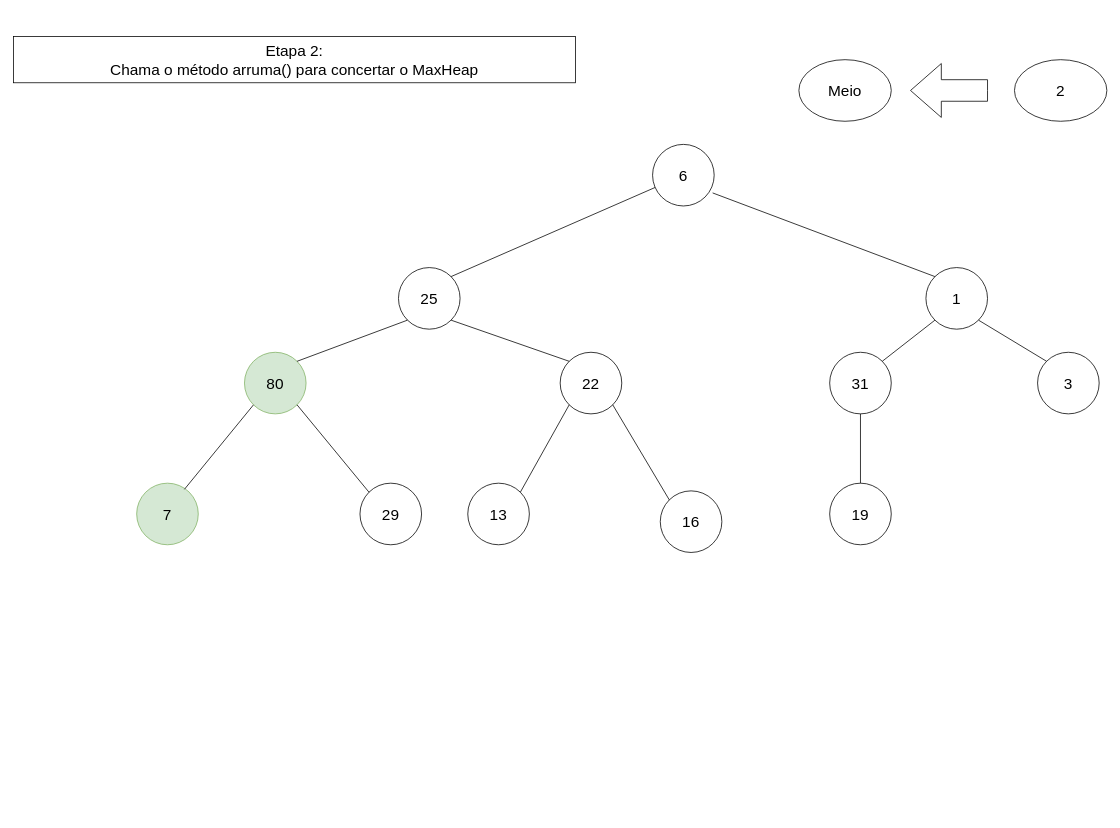
This is page "Etapa 8" (9 of 21) of Diagrama_Heap.drawio from Xang0/Diagramas-de-Estruturas-de-Dado, a draw.io file, before an edit. Source tidied: cells renumbered, new cells numbered last; positions are measured from the earlier drawing's top-left corner, leaving out a move shared by most shapes. Both pictures are drawn from the tidied source at 77%, with x=0, y=0 at pixel (13, 36).
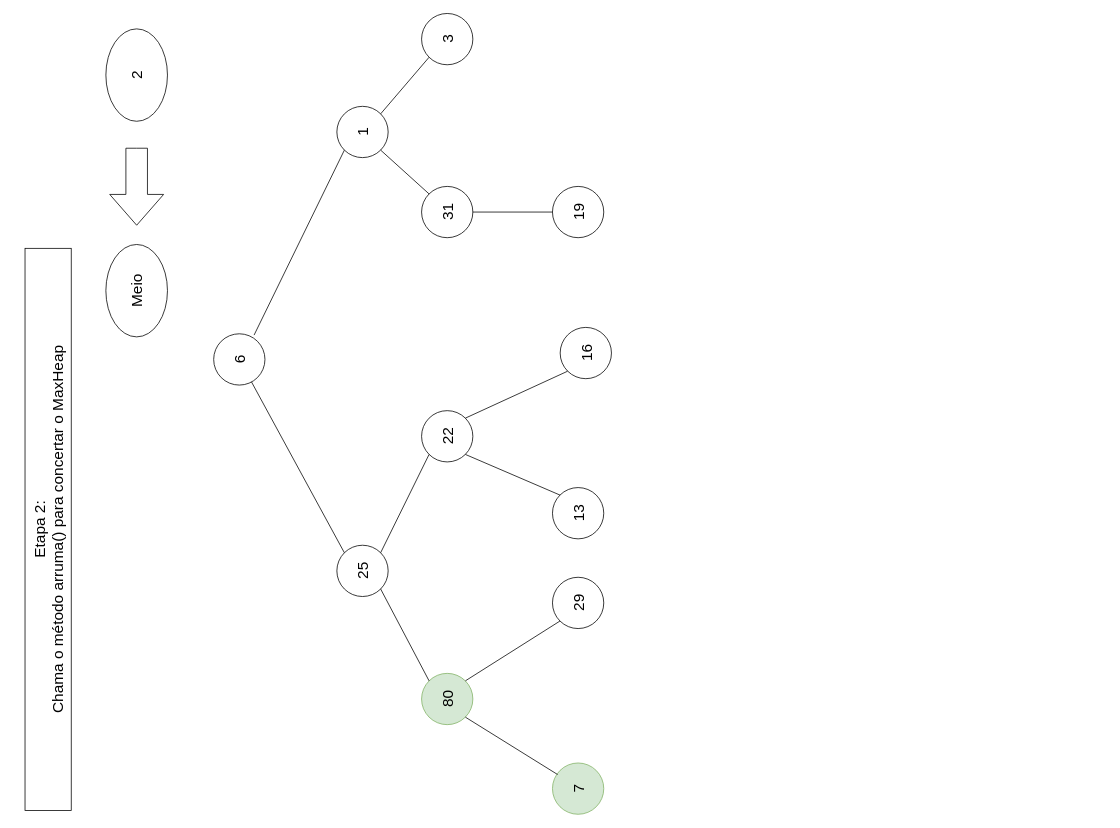
After the change.

The edit, as a diff of the source:
```diff
@@
+    <mxCell id="25" value="&lt;font style=&quot;font-size: 20px;&quot;&gt;Etapa 2:&lt;br&gt;Chama o método arruma() para concertar o MaxHeap&lt;br&gt;&lt;/font&gt;" style="rounded=0;whiteSpace=wrap;html=1;rotation=-90;" parent="1" vertex="1">
+      <mxGeometry x="-320" y="610" width="730" height="60" as="geometry" />
+    </mxCell>
+    <mxCell id="26" value="&lt;font style=&quot;font-size: 20px;&quot;&gt;Meio&lt;/font&gt;" style="ellipse;whiteSpace=wrap;html=1;rotation=-90;" parent="1" vertex="1">
+      <mxGeometry x="100" y="290" width="120" height="80" as="geometry" />
+    </mxCell>
+    <mxCell id="27" style="html=1;shadow=0;dashed=0;align=center;verticalAlign=middle;shape=mxgraph.arrows2.arrow;dy=0.6;dx=40;flipH=1;notch=0;rotation=-90;" parent="1" vertex="1">
+      <mxGeometry x="110" y="160" width="100" height="70" as="geometry" />
+    </mxCell>
+    <mxCell id="28" value="&lt;font style=&quot;font-size: 20px;&quot;&gt;2&lt;/font&gt;" style="ellipse;whiteSpace=wrap;html=1;rotation=-90;" parent="1" vertex="1">
+      <mxGeometry x="100" y="10" width="120" height="80" as="geometry" />
+    </mxCell>
+    <mxCell id="29" style="group;" parent="1" vertex="1">
+      <mxGeometry x="260" y="-30" width="530" height="1040" as="geometry" />
+    </mxCell>
-    <mxCell id="2" value="&lt;font style=&quot;font-size: 20px;&quot;&gt;6&lt;/font&gt;" style="ellipse;whiteSpace=wrap;html=1;" parent="1" vertex="1">
-      <mxGeometry x="830" y="140" width="80" height="80" as="geometry" />
+    <mxCell id="2" value="&lt;font style=&quot;font-size: 20px;&quot;&gt;6&lt;/font&gt;" style="ellipse;whiteSpace=wrap;html=1;rotation=-90;" parent="29" vertex="1">
+      <mxGeometry y="416" width="66.6" height="66.6" as="geometry" />
     </mxCell>
-    <mxCell id="3" value="&lt;font style=&quot;font-size: 20px;&quot;&gt;25&lt;/font&gt;" style="ellipse;whiteSpace=wrap;html=1;" parent="1" vertex="1">
-      <mxGeometry x="500" y="300" width="80" height="80" as="geometry" />
+    <mxCell id="3" value="&lt;font style=&quot;font-size: 20px;&quot;&gt;25&lt;/font&gt;" style="ellipse;whiteSpace=wrap;html=1;rotation=-90;" parent="29" vertex="1">
+      <mxGeometry x="160" y="690.6" width="66.6" height="66.6" as="geometry" />
     </mxCell>
-    <mxCell id="4" value="&lt;font style=&quot;font-size: 20px;&quot;&gt;1&lt;/font&gt;" style="ellipse;whiteSpace=wrap;html=1;" parent="1" vertex="1">
-      <mxGeometry x="1185" y="300" width="80" height="80" as="geometry" />
+    <mxCell id="4" value="&lt;font style=&quot;font-size: 20px;&quot;&gt;1&lt;/font&gt;" style="ellipse;whiteSpace=wrap;html=1;rotation=-90;" parent="29" vertex="1">
+      <mxGeometry x="160" y="120.6" width="66.6" height="66.6" as="geometry" />
     </mxCell>
-    <mxCell id="5" style="endArrow=none;html=1;rounded=0;exitX=1;exitY=0;exitDx=0;exitDy=0;" parent="1" edge="1" source="3" target="2">
+    <mxCell id="5" style="endArrow=none;html=1;rounded=0;exitX=1;exitY=0;exitDx=0;exitDy=0;" parent="29" edge="1" source="3" target="2">
       <mxGeometry relative="1" as="geometry" />
     </mxCell>
-    <mxCell id="6" style="endArrow=none;html=1;rounded=0;entryX=0.975;entryY=0.788;entryDx=0;entryDy=0;entryPerimeter=0;exitX=0;exitY=0;exitDx=0;exitDy=0;" parent="1" edge="1" source="4" target="2">
+    <mxCell id="6" style="endArrow=none;html=1;rounded=0;entryX=0.975;entryY=0.788;entryDx=0;entryDy=0;entryPerimeter=0;exitX=0;exitY=0;exitDx=0;exitDy=0;" parent="29" edge="1" source="4" target="2">
       <mxGeometry relative="1" as="geometry" />
     </mxCell>
-    <mxCell id="7" value="&lt;font style=&quot;font-size: 20px;&quot;&gt;80&lt;/font&gt;" style="ellipse;whiteSpace=wrap;html=1;fillColor=#d5e8d4;strokeColor=#82b366;" parent="1" vertex="1">
-      <mxGeometry x="300" y="410" width="80" height="80" as="geometry" />
+    <mxCell id="7" value="&lt;font style=&quot;font-size: 20px;&quot;&gt;80&lt;/font&gt;" style="ellipse;whiteSpace=wrap;html=1;fillColor=#d5e8d4;strokeColor=#82b366;rotation=-90;" parent="29" vertex="1">
+      <mxGeometry x="270" y="857" width="66.6" height="66.6" as="geometry" />
     </mxCell>
-    <mxCell id="8" value="&lt;font style=&quot;font-size: 20px;&quot;&gt;22&lt;/font&gt;" style="ellipse;whiteSpace=wrap;html=1;" parent="1" vertex="1">
-      <mxGeometry x="710" y="410" width="80" height="80" as="geometry" />
+    <mxCell id="8" value="&lt;font style=&quot;font-size: 20px;&quot;&gt;22&lt;/font&gt;" style="ellipse;whiteSpace=wrap;html=1;rotation=-90;" parent="29" vertex="1">
+      <mxGeometry x="270" y="515.8" width="66.6" height="66.6" as="geometry" />
     </mxCell>
-    <mxCell id="9" style="endArrow=none;html=1;rounded=0;entryX=0;entryY=1;entryDx=0;entryDy=0;exitX=1;exitY=0;exitDx=0;exitDy=0;" parent="1" edge="1" source="7" target="3">
+    <mxCell id="9" style="endArrow=none;html=1;rounded=0;entryX=0;entryY=1;entryDx=0;entryDy=0;exitX=1;exitY=0;exitDx=0;exitDy=0;" parent="29" edge="1" source="7" target="3">
       <mxGeometry relative="1" as="geometry" />
     </mxCell>
-    <mxCell id="10" style="endArrow=none;html=1;rounded=0;entryX=1;entryY=1;entryDx=0;entryDy=0;exitX=0;exitY=0;exitDx=0;exitDy=0;" parent="1" edge="1" source="8" target="3">
+    <mxCell id="10" style="endArrow=none;html=1;rounded=0;entryX=1;entryY=1;entryDx=0;entryDy=0;exitX=0;exitY=0;exitDx=0;exitDy=0;" parent="29" edge="1" source="8" target="3">
       <mxGeometry relative="1" as="geometry" />
     </mxCell>
-    <mxCell id="11" value="&lt;font style=&quot;font-size: 20px;&quot;&gt;16&lt;/font&gt;" style="ellipse;whiteSpace=wrap;html=1;" parent="1" vertex="1">
-      <mxGeometry x="840" y="590" width="80" height="80" as="geometry" />
+    <mxCell id="11" value="&lt;font style=&quot;font-size: 20px;&quot;&gt;16&lt;/font&gt;" style="ellipse;whiteSpace=wrap;html=1;rotation=-90;" parent="29" vertex="1">
+      <mxGeometry x="450" y="407.7" width="66.6" height="66.6" as="geometry" />
     </mxCell>
-    <mxCell id="12" value="&lt;font style=&quot;font-size: 20px;&quot;&gt;13&lt;/font&gt;" style="ellipse;whiteSpace=wrap;html=1;" parent="1" vertex="1">
-      <mxGeometry x="590" y="580" width="80" height="80" as="geometry" />
+    <mxCell id="12" value="&lt;font style=&quot;font-size: 20px;&quot;&gt;13&lt;/font&gt;" style="ellipse;whiteSpace=wrap;html=1;rotation=-90;" parent="29" vertex="1">
+      <mxGeometry x="440" y="615.7" width="66.6" height="66.6" as="geometry" />
     </mxCell>
-    <mxCell id="13" style="endArrow=none;html=1;rounded=0;entryX=1;entryY=1;entryDx=0;entryDy=0;exitX=0;exitY=0;exitDx=0;exitDy=0;" parent="1" edge="1" source="11" target="8">
+    <mxCell id="13" style="endArrow=none;html=1;rounded=0;entryX=1;entryY=1;entryDx=0;entryDy=0;exitX=0;exitY=0;exitDx=0;exitDy=0;" parent="29" edge="1" source="11" target="8">
       <mxGeometry relative="1" as="geometry" />
     </mxCell>
-    <mxCell id="14" style="endArrow=none;html=1;rounded=0;entryX=0;entryY=1;entryDx=0;entryDy=0;exitX=1;exitY=0;exitDx=0;exitDy=0;" parent="1" edge="1" source="12" target="8">
+    <mxCell id="14" style="endArrow=none;html=1;rounded=0;entryX=0;entryY=1;entryDx=0;entryDy=0;exitX=1;exitY=0;exitDx=0;exitDy=0;" parent="29" edge="1" source="12" target="8">
       <mxGeometry relative="1" as="geometry" />
     </mxCell>
-    <mxCell id="15" value="&lt;font style=&quot;font-size: 20px;&quot;&gt;29&lt;/font&gt;" style="ellipse;whiteSpace=wrap;html=1;" parent="1" vertex="1">
-      <mxGeometry x="450" y="580" width="80" height="80" as="geometry" />
+    <mxCell id="15" value="&lt;font style=&quot;font-size: 20px;&quot;&gt;29&lt;/font&gt;" style="ellipse;whiteSpace=wrap;html=1;rotation=-90;" parent="29" vertex="1">
+      <mxGeometry x="440" y="732.2" width="66.6" height="66.6" as="geometry" />
     </mxCell>
-    <mxCell id="16" value="&lt;font style=&quot;font-size: 20px;&quot;&gt;7&lt;/font&gt;" style="ellipse;whiteSpace=wrap;html=1;fillColor=#d5e8d4;strokeColor=#82b366;" parent="1" vertex="1">
-      <mxGeometry x="160" y="580" width="80" height="80" as="geometry" />
+    <mxCell id="16" value="&lt;font style=&quot;font-size: 20px;&quot;&gt;7&lt;/font&gt;" style="ellipse;whiteSpace=wrap;html=1;fillColor=#d5e8d4;strokeColor=#82b366;rotation=-90;" parent="29" vertex="1">
+      <mxGeometry x="440" y="973.4" width="66.6" height="66.6" as="geometry" />
     </mxCell>
-    <mxCell id="17" style="endArrow=none;html=1;rounded=0;entryX=1;entryY=1;entryDx=0;entryDy=0;exitX=0;exitY=0;exitDx=0;exitDy=0;" parent="1" edge="1" source="15" target="7">
+    <mxCell id="17" style="endArrow=none;html=1;rounded=0;entryX=1;entryY=1;entryDx=0;entryDy=0;exitX=0;exitY=0;exitDx=0;exitDy=0;" parent="29" edge="1" source="15" target="7">
       <mxGeometry relative="1" as="geometry" />
     </mxCell>
-    <mxCell id="18" style="endArrow=none;html=1;rounded=0;entryX=0;entryY=1;entryDx=0;entryDy=0;exitX=0.775;exitY=0.1;exitDx=0;exitDy=0;exitPerimeter=0;" parent="1" edge="1" source="16" target="7">
+    <mxCell id="18" style="endArrow=none;html=1;rounded=0;entryX=0;entryY=1;entryDx=0;entryDy=0;exitX=0.775;exitY=0.1;exitDx=0;exitDy=0;exitPerimeter=0;" parent="29" edge="1" source="16" target="7">
       <mxGeometry relative="1" as="geometry" />
     </mxCell>
-    <mxCell id="19" value="&lt;font style=&quot;font-size: 20px;&quot;&gt;31&lt;/font&gt;" style="ellipse;whiteSpace=wrap;html=1;" parent="1" vertex="1">
-      <mxGeometry x="1060" y="410" width="80" height="80" as="geometry" />
+    <mxCell id="19" value="&lt;font style=&quot;font-size: 20px;&quot;&gt;31&lt;/font&gt;" style="ellipse;whiteSpace=wrap;html=1;rotation=-90;" parent="29" vertex="1">
+      <mxGeometry x="270" y="224.6" width="66.6" height="66.6" as="geometry" />
     </mxCell>
-    <mxCell id="20" value="&lt;font style=&quot;font-size: 20px;&quot;&gt;3&lt;/font&gt;" style="ellipse;whiteSpace=wrap;html=1;" parent="1" vertex="1">
-      <mxGeometry x="1330" y="410" width="80" height="80" as="geometry" />
+    <mxCell id="20" value="&lt;font style=&quot;font-size: 20px;&quot;&gt;3&lt;/font&gt;" style="ellipse;whiteSpace=wrap;html=1;rotation=-90;" parent="29" vertex="1">
+      <mxGeometry x="270" width="66.6" height="66.6" as="geometry" />
     </mxCell>
-    <mxCell id="21" style="endArrow=none;html=1;rounded=0;entryX=0;entryY=1;entryDx=0;entryDy=0;exitX=1;exitY=0;exitDx=0;exitDy=0;" parent="1" edge="1" source="19" target="4">
+    <mxCell id="21" style="endArrow=none;html=1;rounded=0;entryX=0;entryY=1;entryDx=0;entryDy=0;exitX=1;exitY=0;exitDx=0;exitDy=0;" parent="29" edge="1" source="19" target="4">
       <mxGeometry relative="1" as="geometry" />
     </mxCell>
-    <mxCell id="22" style="endArrow=none;html=1;rounded=0;entryX=1;entryY=1;entryDx=0;entryDy=0;exitX=0;exitY=0;exitDx=0;exitDy=0;" parent="1" edge="1" source="20" target="4">
+    <mxCell id="22" style="endArrow=none;html=1;rounded=0;entryX=1;entryY=1;entryDx=0;entryDy=0;exitX=0;exitY=0;exitDx=0;exitDy=0;" parent="29" edge="1" source="20" target="4">
       <mxGeometry relative="1" as="geometry" />
     </mxCell>
-    <mxCell id="23" value="&lt;font style=&quot;font-size: 20px;&quot;&gt;19&lt;/font&gt;" style="ellipse;whiteSpace=wrap;html=1;" parent="1" vertex="1">
-      <mxGeometry x="1060" y="580" width="80" height="80" as="geometry" />
+    <mxCell id="23" value="&lt;font style=&quot;font-size: 20px;&quot;&gt;19&lt;/font&gt;" style="ellipse;whiteSpace=wrap;html=1;rotation=-90;" parent="29" vertex="1">
+      <mxGeometry x="440" y="224.6" width="66.6" height="66.6" as="geometry" />
     </mxCell>
-    <mxCell id="24" style="endArrow=none;html=1;rounded=0;entryX=0.5;entryY=1;entryDx=0;entryDy=0;exitX=0.5;exitY=0;exitDx=0;exitDy=0;" parent="1" edge="1" source="23" target="19">
+    <mxCell id="24" style="endArrow=none;html=1;rounded=0;entryX=0.5;entryY=1;entryDx=0;entryDy=0;exitX=0.5;exitY=0;exitDx=0;exitDy=0;" parent="29" edge="1" source="23" target="19">
       <mxGeometry relative="1" as="geometry" />
     </mxCell>
-    <mxCell id="25" value="&lt;font style=&quot;font-size: 20px;&quot;&gt;Etapa 2:&lt;br&gt;Chama o método arruma() para concertar o MaxHeap&lt;br&gt;&lt;/font&gt;" style="rounded=0;whiteSpace=wrap;html=1;" parent="1" vertex="1">
-      <mxGeometry width="730" height="60" as="geometry" />
-    </mxCell>
-    <mxCell id="26" value="&lt;font style=&quot;font-size: 20px;&quot;&gt;Meio&lt;/font&gt;" style="ellipse;whiteSpace=wrap;html=1;" parent="1" vertex="1">
-      <mxGeometry x="1020" y="30" width="120" height="80" as="geometry" />
-    </mxCell>
-    <mxCell id="27" style="html=1;shadow=0;dashed=0;align=center;verticalAlign=middle;shape=mxgraph.arrows2.arrow;dy=0.6;dx=40;flipH=1;notch=0;" parent="1" vertex="1">
-      <mxGeometry x="1165" y="35" width="100" height="70" as="geometry" />
-    </mxCell>
-    <mxCell id="28" value="&lt;font style=&quot;font-size: 20px;&quot;&gt;2&lt;/font&gt;" style="ellipse;whiteSpace=wrap;html=1;" parent="1" vertex="1">
-      <mxGeometry x="1300" y="30" width="120" height="80" as="geometry" />
-    </mxCell>
```
